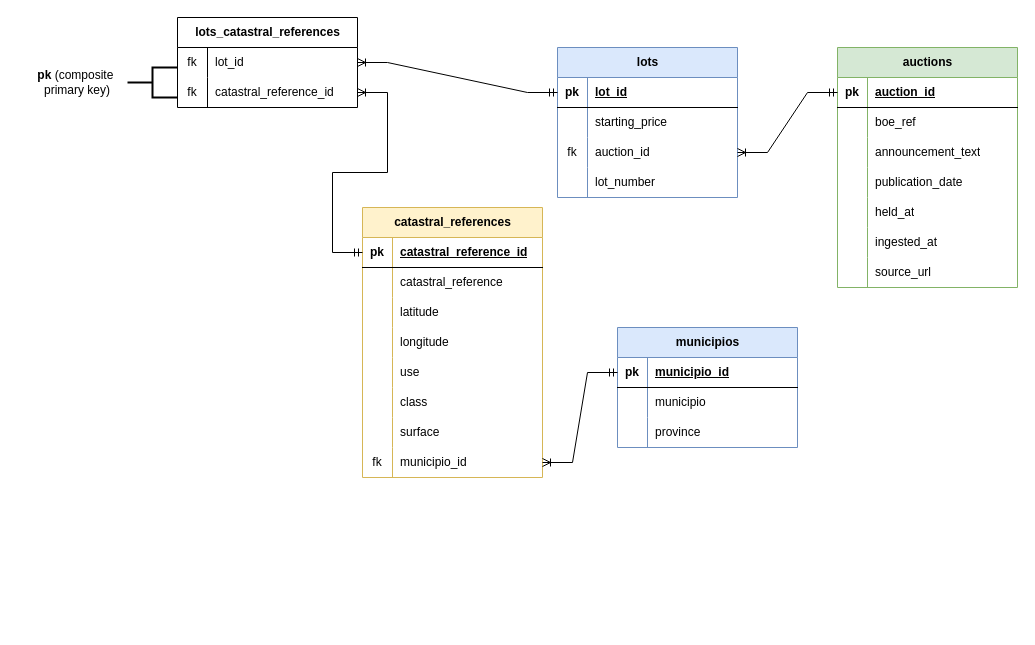
Above: data_modeling/OLAP/2.silver/E-R.drawio in MiguelDonado/subastas_analytics (draw.io), before the change. Source tidied: cells renumbered, new cells numbered last; positions are measured from the earlier drawing's top-left corner, leaving out a move shared by most shapes. Both pictures are drawn from the tidied source at 100%, with x=0, y=0 at pixel (17, 17).
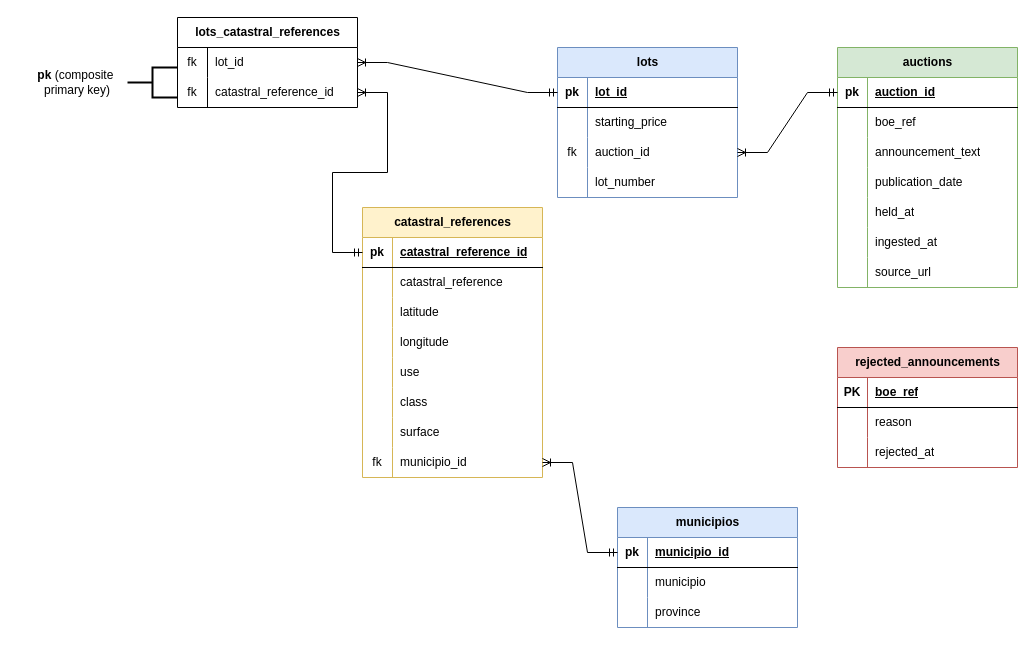
Above is the later version.

What changed in the source:
```diff
@@
     <mxCell id="38" value="municipios" style="shape=table;startSize=30;childLayout=tableLayout;rowLines=0;fontStyle=1;align=center;html=1;fillColor=#dae8fc;strokeColor=#6c8ebf;" parent="1" vertex="1">
-      <mxGeometry x="600" y="310" width="180" height="120" as="geometry" />
+      <mxGeometry x="600" y="490" width="180" height="120" as="geometry" />
     </mxCell>
@@
+    <mxCell id="85" value="rejected_announcements" style="shape=table;startSize=30;childLayout=tableLayout;rowLines=0;fontStyle=1;align=center;html=1;fillColor=#f8cecc;strokeColor=#b85450;" parent="1" vertex="1">
+      <mxGeometry x="820" y="330" width="180" height="120" as="geometry" />
+    </mxCell>
+    <mxCell id="86" style="shape=tableRow;horizontal=0;startSize=0;swimlaneHead=0;swimlaneBody=0;fillColor=none;top=0;left=0;right=0;bottom=1;" parent="85" vertex="1">
+      <mxGeometry y="30" width="180" height="30" as="geometry" />
+    </mxCell>
+    <mxCell id="87" value="PK" style="shape=partialRectangle;fillColor=none;top=0;left=0;bottom=0;right=0;fontStyle=1;overflow=hidden;whiteSpace=wrap;html=1;" parent="86" vertex="1">
+      <mxGeometry width="30" height="30" as="geometry" />
+    </mxCell>
+    <mxCell id="88" value="boe_ref" style="shape=partialRectangle;fillColor=none;top=0;left=0;bottom=0;right=0;align=left;spacingLeft=6;fontStyle=5;overflow=hidden;whiteSpace=wrap;html=1;" parent="86" vertex="1">
+      <mxGeometry x="30" width="150" height="30" as="geometry" />
+    </mxCell>
+    <mxCell id="89" style="shape=tableRow;horizontal=0;startSize=0;swimlaneHead=0;swimlaneBody=0;fillColor=none;top=0;left=0;right=0;bottom=0;" parent="85" vertex="1">
+      <mxGeometry y="60" width="180" height="30" as="geometry" />
+    </mxCell>
+    <mxCell id="90" style="shape=partialRectangle;fillColor=none;top=0;left=0;bottom=0;right=0;overflow=hidden;whiteSpace=wrap;html=1;" parent="89" vertex="1">
+      <mxGeometry width="30" height="30" as="geometry" />
+    </mxCell>
+    <mxCell id="91" value="reason" style="shape=partialRectangle;fillColor=none;top=0;left=0;bottom=0;right=0;align=left;spacingLeft=6;overflow=hidden;whiteSpace=wrap;html=1;" parent="89" vertex="1">
+      <mxGeometry x="30" width="150" height="30" as="geometry" />
+    </mxCell>
+    <mxCell id="92" style="shape=tableRow;horizontal=0;startSize=0;swimlaneHead=0;swimlaneBody=0;fillColor=none;top=0;left=0;right=0;bottom=0;" parent="85" vertex="1">
+      <mxGeometry y="90" width="180" height="30" as="geometry" />
+    </mxCell>
+    <mxCell id="93" style="shape=partialRectangle;fillColor=none;top=0;left=0;bottom=0;right=0;overflow=hidden;whiteSpace=wrap;html=1;" parent="92" vertex="1">
+      <mxGeometry width="30" height="30" as="geometry" />
+    </mxCell>
+    <mxCell id="94" value="rejected_at" style="shape=partialRectangle;fillColor=none;top=0;left=0;bottom=0;right=0;align=left;spacingLeft=6;overflow=hidden;whiteSpace=wrap;html=1;" parent="92" vertex="1">
+      <mxGeometry x="30" width="150" height="30" as="geometry" />
+    </mxCell>
```
